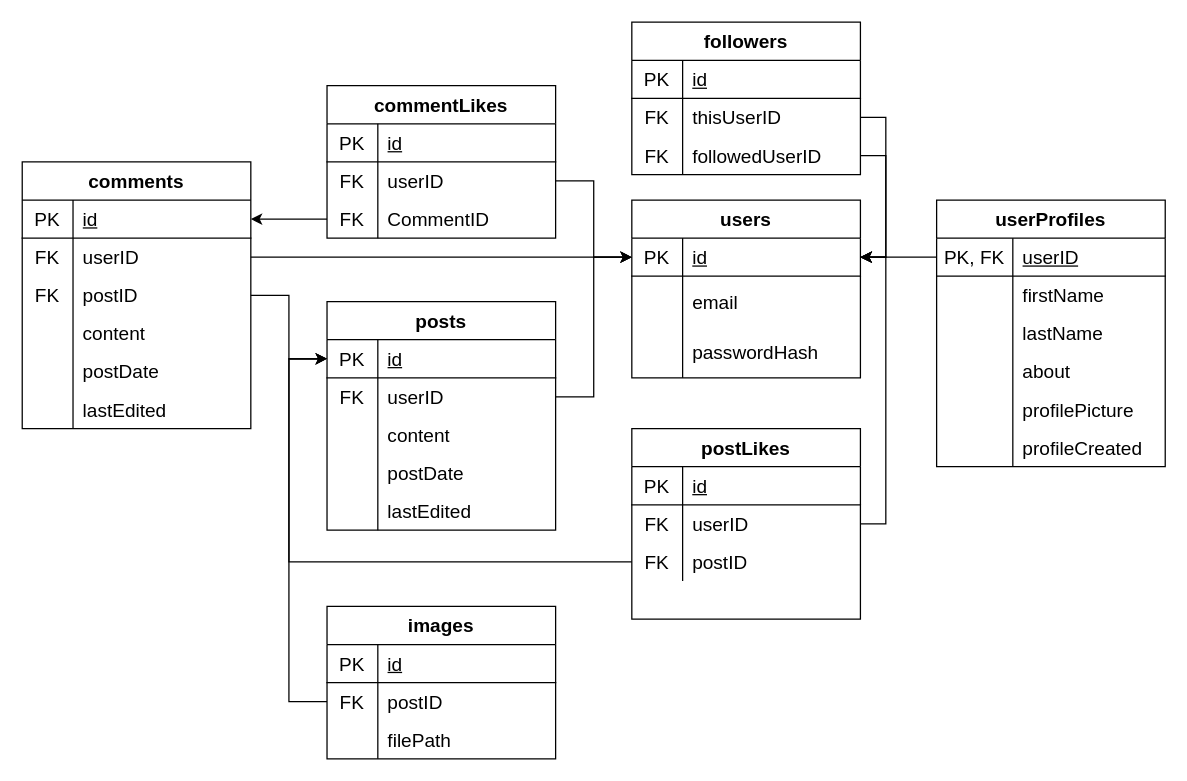
This is webbutveckling/Databaser/Moment4/relations.drawio from EliasEriksson/miun, a draw.io file, before an edit. Source tidied: cells renumbered, new cells numbered last; positions are measured from the earlier drawing's top-left corner, leaving out a move shared by most shapes. Both pictures are drawn from the tidied source at 127%, with x=0, y=0 at pixel (22, 22).
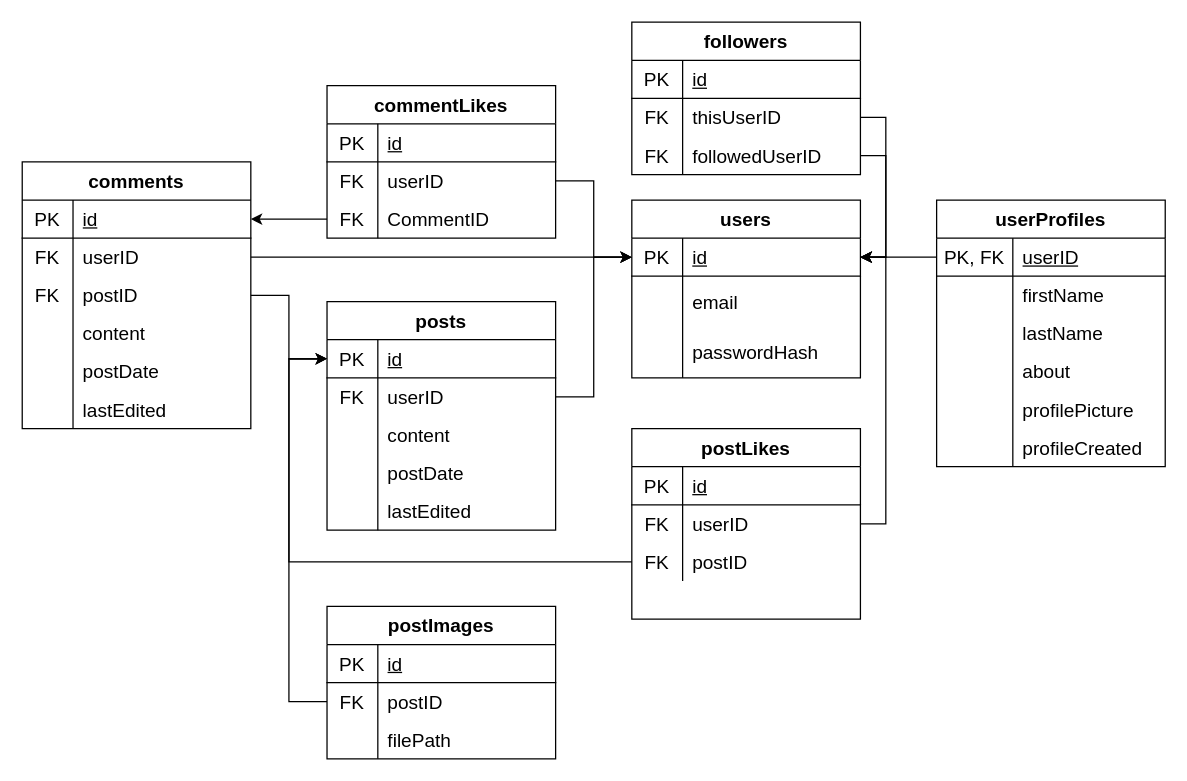
After the change.

Diff of the diagram source:
```diff
@@
-    <mxCell id="96" value="images" style="shape=table;html=1;whiteSpace=wrap;startSize=30;childLayout=tableLayout;rowLines=0;fontStyle=1;align=center;fontSize=15;" parent="1" vertex="1">
+    <mxCell id="96" value="postImages" style="shape=table;html=1;whiteSpace=wrap;startSize=30;childLayout=tableLayout;rowLines=0;fontStyle=1;align=center;fontSize=15;" parent="1" vertex="1">
       <mxGeometry x="240" y="460" width="180" height="120" as="geometry" />
     </mxCell>
```
